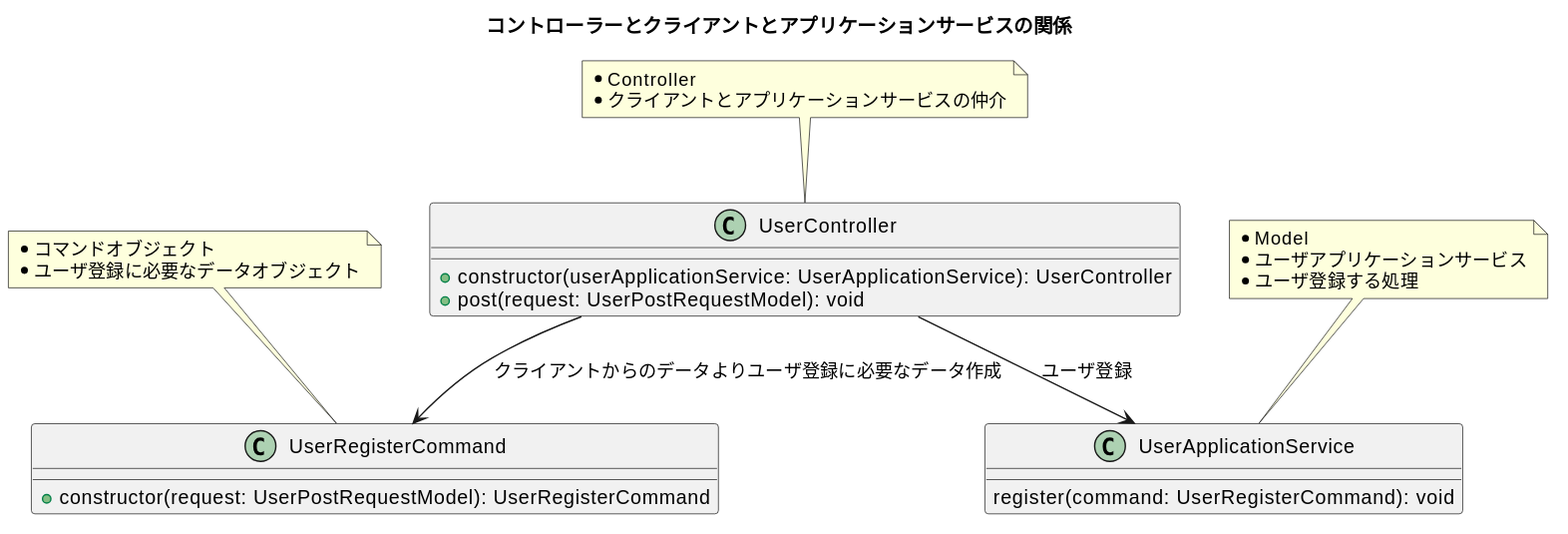
Before: diagrams/ch08-mvc.svg, a diagram exported from PlantUML (Yuki-TU/ddd).
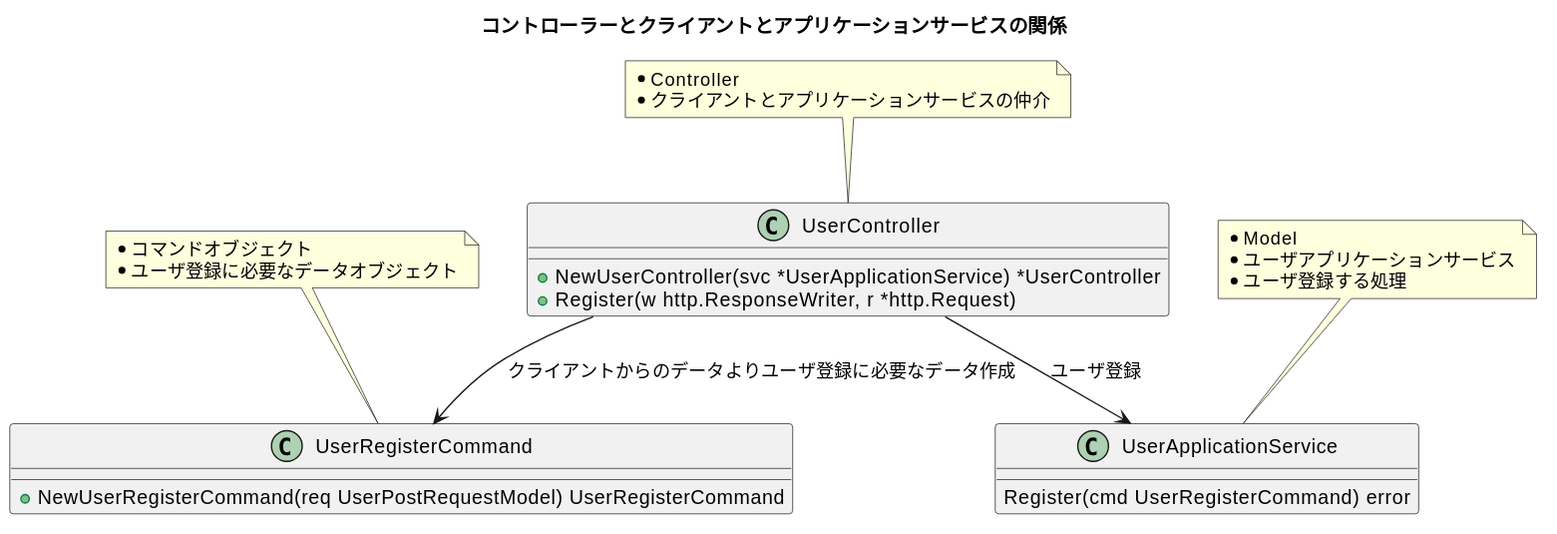
After the commit.

Diff of the diagram source:
```diff
@@ -2,8 +2,8 @@
 title コントローラーとクライアントとアプリケーションサービスの関係
 
 class UserController {
-  + constructor(userApplicationService: UserApplicationService): UserController
-  + post(request: UserPostRequestModel): void
+  + NewUserController(svc *UserApplicationService) *UserController
+  + Register(w http.ResponseWriter, r *http.Request)
 }
 note top
 * Controller
@@ -11,7 +11,7 @@
 endnote
 
 class UserRegisterCommand {
-  + constructor(request: UserPostRequestModel): UserRegisterCommand
+  + NewUserRegisterCommand(req UserPostRequestModel) UserRegisterCommand
 }
 note top
 * コマンドオブジェクト
@@ -19,7 +19,7 @@
 endnote
 
 class UserApplicationService {
-  register(command: UserRegisterCommand): void
+  Register(cmd UserRegisterCommand) error
 }
 note top
 * Model
```
